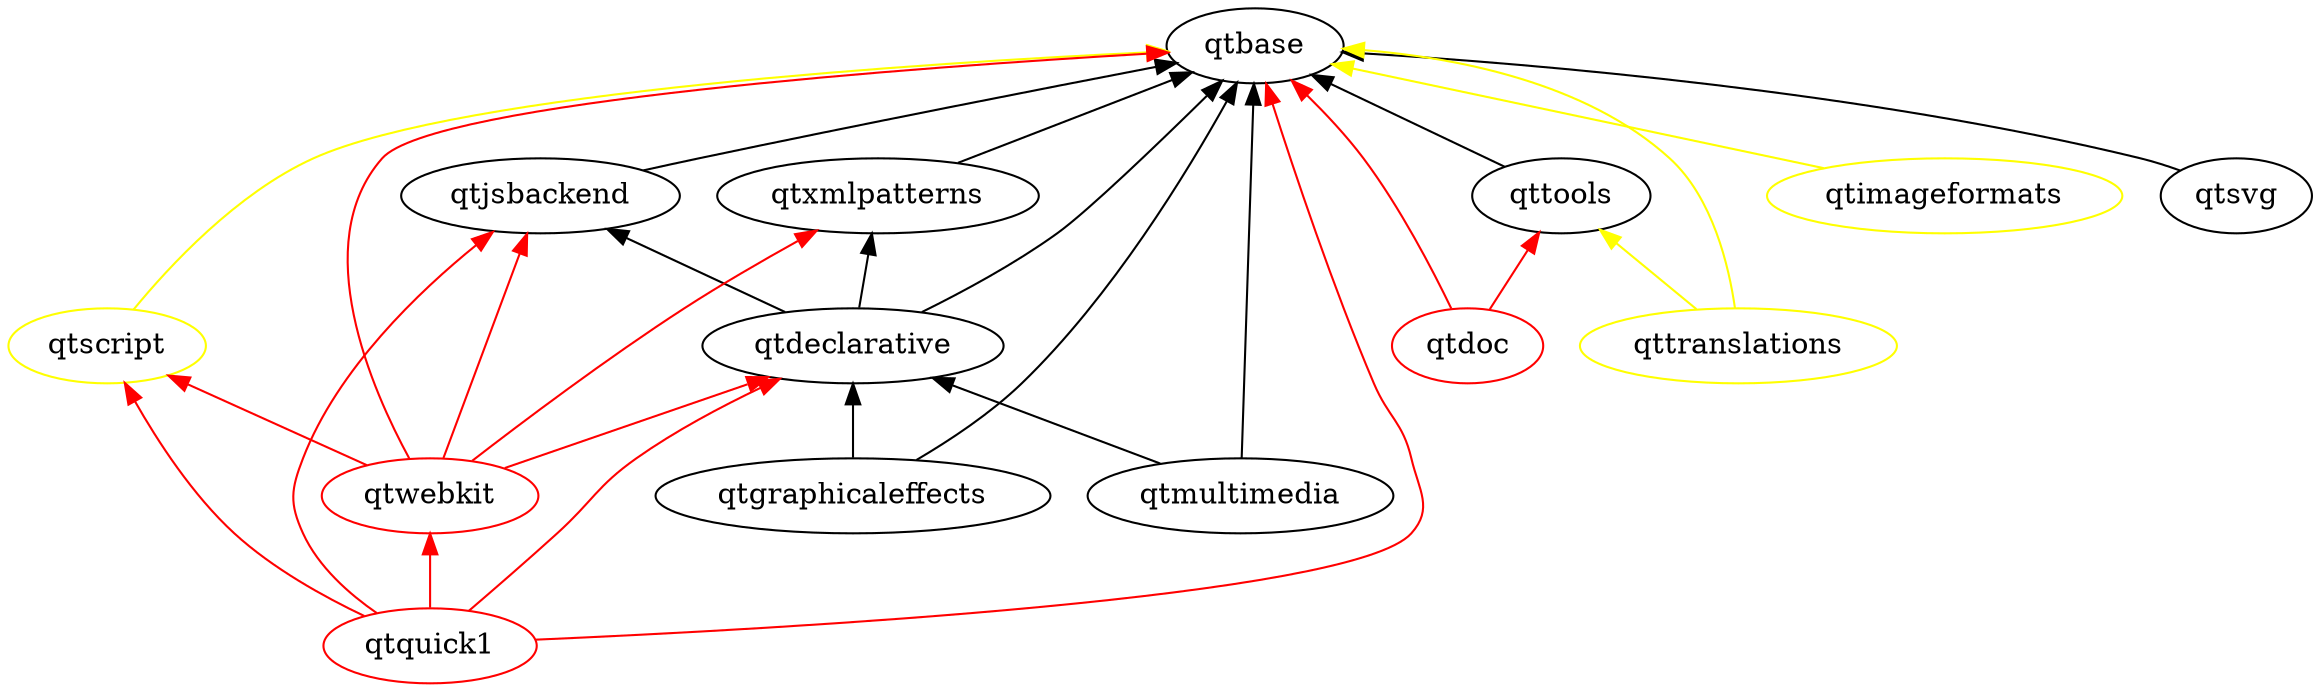
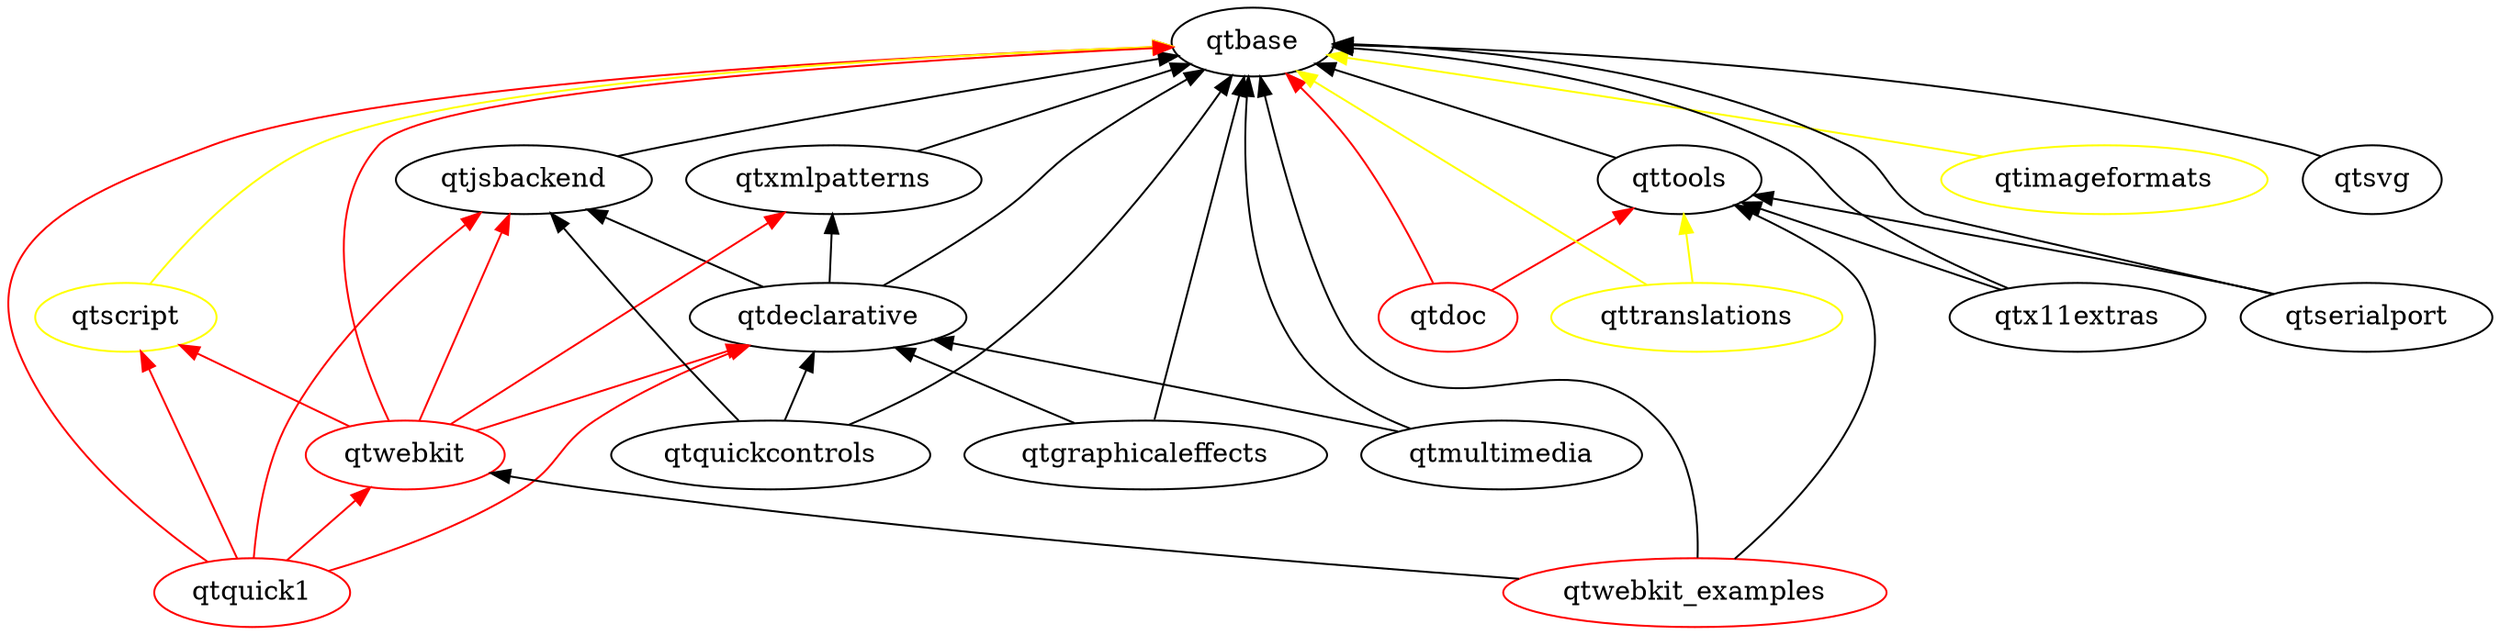
digraph qt5 {
  graph [
    rankdir = "BT"
  ]

  qtbase
  qtdeclarative
  qtdoc [ color = red ]
  qtgraphicaleffects
  qtimageformats [ color = yellow ]
  qtjsbackend
  qtmultimedia
  qtquick1 [ color = red ]
  qtscript [ color = yellow ]
  qtsvg
//   qtsystems [ color = red ]
  qttools
  qttranslations [ color = yellow ]
  qtwebkit [ color = red ]
+   qtwebkit_examples [ color = red ]
  qtxmlpatterns
+   qtquick1
+   qtquickcontrols
+   qtx11extras
+   qtserialport

  qtdeclarative -> qtbase
  qtdeclarative -> qtjsbackend
  qtdeclarative -> qtxmlpatterns
  qtgraphicaleffects -> qtbase
  qtgraphicaleffects -> qtdeclarative
  qtimageformats -> qtbase [ color = yellow ]
  qtjsbackend -> qtbase
  qtmultimedia -> qtbase
  qtmultimedia -> qtdeclarative
  qtscript -> qtbase [ color = yellow ]
  qtsvg -> qtbase
  qttools -> qtbase
  qtxmlpatterns -> qtbase
  qttranslations -> qtbase [ color = yellow ]
  qttranslations -> qttools [ color = yellow ]

  // unsure/not-uploaded
  qtdoc -> qtbase [ color = red ]
  qtdoc -> qttools [ color = red ]
  qtquick1 -> qtbase [ color = red ]
  qtquick1 -> qtdeclarative [ color = red ]
  qtquick1 -> qtjsbackend [ color = red ]
  qtquick1 -> qtscript [ color = red ]
  qtquick1 -> qtwebkit [ color = red ]
//   qtsystems -> qtbase [ color = red ]
//   qtsystems -> qtdeclarative [ color = red ]
  qtwebkit -> qtbase [ color = red ]
  qtwebkit -> qtdeclarative [ color = red ]
  qtwebkit -> qtjsbackend [ color = red ]
  qtwebkit -> qtscript [ color = red ]
  qtwebkit -> qtxmlpatterns [ color = red ]
+   qtwebkit_examples -> qtbase
+   qtwebkit_examples -> qttools
+   qtwebkit_examples -> qtwebkit
+   qtquickcontrols -> qtbase
+   qtquickcontrols -> qtdeclarative
+   qtquickcontrols -> qtjsbackend
+   qtx11extras -> qtbase
+   qtx11extras -> qttools
+   qtserialport -> qtbase
+   qtserialport -> qttools
}
